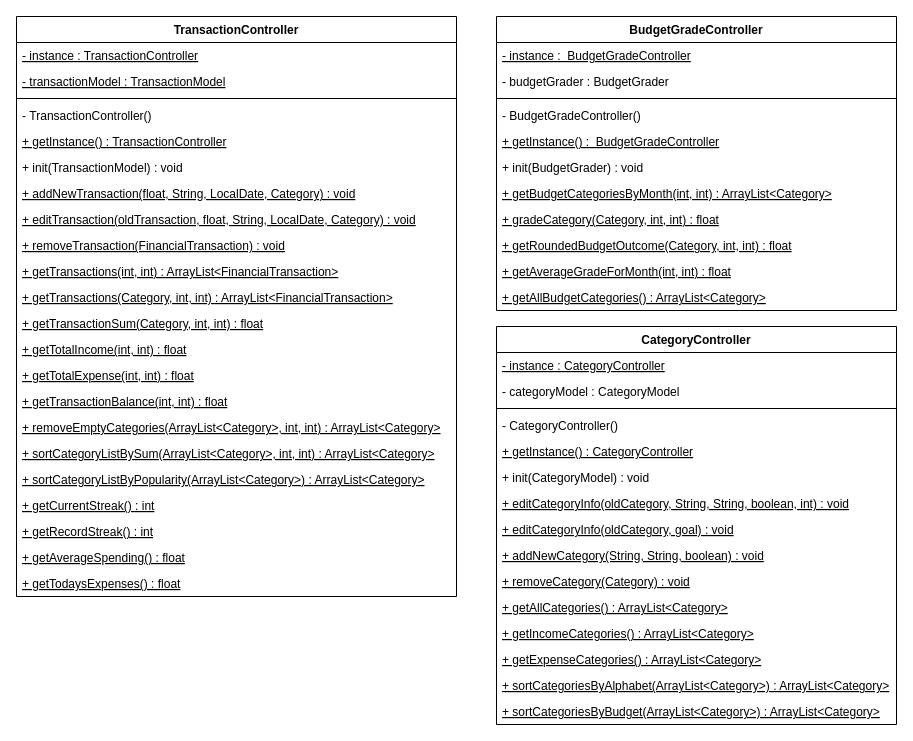
This is Documents/UML/Controller Package with Singelton.drawio from Omar-su/TDA367-LEEFO-Project, a draw.io file, before an edit. Source tidied: cells renumbered, new cells numbered last; positions are measured from the earlier drawing's top-left corner, leaving out a move shared by most shapes. Both pictures are drawn from the tidied source at 100%, with x=0, y=0 at pixel (16, 16).
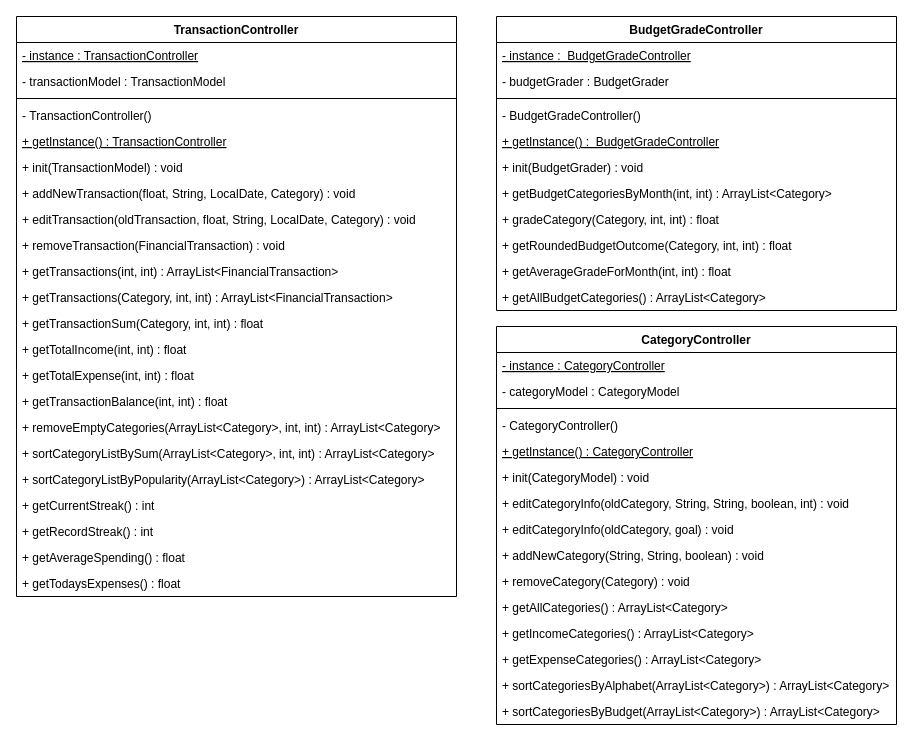
The same page after the edit.

Commit message:
Removed static modifier where not needed

Unchanged cells that the change refers to:
```xml
<mxCell id="2" value="TransactionController" style="swimlane;fontStyle=1;align=center;verticalAlign=top;horizontal=1;startSize=26;" parent="1" vertex="1">
  <mxGeometry width="440" height="580" as="geometry" />
</mxCell>
<mxCell id="25" value="BudgetGradeController" style="swimlane;fontStyle=1;align=center;verticalAlign=top;horizontal=1;startSize=26;" parent="1" vertex="1">
  <mxGeometry x="480" width="400" height="294" as="geometry" />
</mxCell>
<mxCell id="37" value="CategoryController" style="swimlane;fontStyle=1;align=center;verticalAlign=top;horizontal=1;startSize=26;" parent="1" vertex="1">
  <mxGeometry x="480" y="310" width="400" height="398" as="geometry" />
</mxCell>
```

The edit, as a diff of the source:
```diff
@@
-    <mxCell id="4" value="- transactionModel : TransactionModel" style="text;strokeColor=none;fillColor=none;align=left;verticalAlign=top;spacingLeft=4;spacingRight=4;overflow=hidden;fontStyle=4;" parent="2" vertex="1">
+    <mxCell id="4" value="- transactionModel : TransactionModel" style="text;strokeColor=none;fillColor=none;align=left;verticalAlign=top;spacingLeft=4;spacingRight=4;overflow=hidden;fontStyle=0;" parent="2" vertex="1">
       <mxGeometry y="52" width="440" height="26" as="geometry" />
     </mxCell>
@@
-    <mxCell id="8" value="+ init(TransactionModel) : void" style="text;strokeColor=none;fillColor=none;align=left;verticalAlign=top;spacingLeft=4;spacingRight=4;overflow=hidden;" parent="2" vertex="1">
+    <mxCell id="8" value="+ init(TransactionModel) : void" style="text;strokeColor=none;fillColor=none;align=left;verticalAlign=top;spacingLeft=4;spacingRight=4;overflow=hidden;fontStyle=0;" parent="2" vertex="1">
       <mxGeometry y="138" width="440" height="26" as="geometry" />
     </mxCell>
-    <mxCell id="9" value="+ addNewTransaction(float, String, LocalDate, Category) : void" style="text;strokeColor=none;fillColor=none;align=left;verticalAlign=top;spacingLeft=4;spacingRight=4;overflow=hidden;fontStyle=4;" parent="2" vertex="1">
+    <mxCell id="9" value="+ addNewTransaction(float, String, LocalDate, Category) : void" style="text;strokeColor=none;fillColor=none;align=left;verticalAlign=top;spacingLeft=4;spacingRight=4;overflow=hidden;fontStyle=0;" parent="2" vertex="1">
       <mxGeometry y="164" width="440" height="26" as="geometry" />
     </mxCell>
-    <mxCell id="10" value="+ editTransaction(oldTransaction, float, String, LocalDate, Category) : void" style="text;strokeColor=none;fillColor=none;align=left;verticalAlign=top;spacingLeft=4;spacingRight=4;overflow=hidden;fontStyle=4;" parent="2" vertex="1">
+    <mxCell id="10" value="+ editTransaction(oldTransaction, float, String, LocalDate, Category) : void" style="text;strokeColor=none;fillColor=none;align=left;verticalAlign=top;spacingLeft=4;spacingRight=4;overflow=hidden;fontStyle=0;" parent="2" vertex="1">
       <mxGeometry y="190" width="440" height="26" as="geometry" />
     </mxCell>
-    <mxCell id="11" value="+ removeTransaction(FinancialTransaction) : void" style="text;strokeColor=none;fillColor=none;align=left;verticalAlign=top;spacingLeft=4;spacingRight=4;overflow=hidden;fontStyle=4;" parent="2" vertex="1">
+    <mxCell id="11" value="+ removeTransaction(FinancialTransaction) : void" style="text;strokeColor=none;fillColor=none;align=left;verticalAlign=top;spacingLeft=4;spacingRight=4;overflow=hidden;fontStyle=0;" parent="2" vertex="1">
       <mxGeometry y="216" width="440" height="26" as="geometry" />
     </mxCell>
-    <mxCell id="12" value="+ getTransactions(int, int) : ArrayList&lt;FinancialTransaction&gt;" style="text;strokeColor=none;fillColor=none;align=left;verticalAlign=top;spacingLeft=4;spacingRight=4;overflow=hidden;fontStyle=4;" parent="2" vertex="1">
+    <mxCell id="12" value="+ getTransactions(int, int) : ArrayList&lt;FinancialTransaction&gt;" style="text;strokeColor=none;fillColor=none;align=left;verticalAlign=top;spacingLeft=4;spacingRight=4;overflow=hidden;fontStyle=0;" parent="2" vertex="1">
       <mxGeometry y="242" width="440" height="26" as="geometry" />
     </mxCell>
-    <mxCell id="13" value="+ getTransactions(Category, int, int) : ArrayList&lt;FinancialTransaction&gt;" style="text;strokeColor=none;fillColor=none;align=left;verticalAlign=top;spacingLeft=4;spacingRight=4;overflow=hidden;fontStyle=4;" parent="2" vertex="1">
+    <mxCell id="13" value="+ getTransactions(Category, int, int) : ArrayList&lt;FinancialTransaction&gt;" style="text;strokeColor=none;fillColor=none;align=left;verticalAlign=top;spacingLeft=4;spacingRight=4;overflow=hidden;fontStyle=0;" parent="2" vertex="1">
       <mxGeometry y="268" width="440" height="26" as="geometry" />
     </mxCell>
-    <mxCell id="14" value="+ getTransactionSum(Category, int, int) : float" style="text;strokeColor=none;fillColor=none;align=left;verticalAlign=top;spacingLeft=4;spacingRight=4;overflow=hidden;fontStyle=4;" parent="2" vertex="1">
+    <mxCell id="14" value="+ getTransactionSum(Category, int, int) : float" style="text;strokeColor=none;fillColor=none;align=left;verticalAlign=top;spacingLeft=4;spacingRight=4;overflow=hidden;fontStyle=0;" parent="2" vertex="1">
       <mxGeometry y="294" width="440" height="26" as="geometry" />
     </mxCell>
-    <mxCell id="15" value="+ getTotalIncome(int, int) : float" style="text;strokeColor=none;fillColor=none;align=left;verticalAlign=top;spacingLeft=4;spacingRight=4;overflow=hidden;fontStyle=4;" parent="2" vertex="1">
+    <mxCell id="15" value="+ getTotalIncome(int, int) : float" style="text;strokeColor=none;fillColor=none;align=left;verticalAlign=top;spacingLeft=4;spacingRight=4;overflow=hidden;fontStyle=0;" parent="2" vertex="1">
       <mxGeometry y="320" width="440" height="26" as="geometry" />
     </mxCell>
-    <mxCell id="16" value="+ getTotalExpense(int, int) : float" style="text;strokeColor=none;fillColor=none;align=left;verticalAlign=top;spacingLeft=4;spacingRight=4;overflow=hidden;fontStyle=4;" parent="2" vertex="1">
+    <mxCell id="16" value="+ getTotalExpense(int, int) : float" style="text;strokeColor=none;fillColor=none;align=left;verticalAlign=top;spacingLeft=4;spacingRight=4;overflow=hidden;fontStyle=0;" parent="2" vertex="1">
       <mxGeometry y="346" width="440" height="26" as="geometry" />
     </mxCell>
-    <mxCell id="17" value="+ getTransactionBalance(int, int) : float" style="text;strokeColor=none;fillColor=none;align=left;verticalAlign=top;spacingLeft=4;spacingRight=4;overflow=hidden;fontStyle=4;" parent="2" vertex="1">
+    <mxCell id="17" value="+ getTransactionBalance(int, int) : float" style="text;strokeColor=none;fillColor=none;align=left;verticalAlign=top;spacingLeft=4;spacingRight=4;overflow=hidden;fontStyle=0;" parent="2" vertex="1">
       <mxGeometry y="372" width="440" height="26" as="geometry" />
     </mxCell>
-    <mxCell id="18" value="+ removeEmptyCategories(ArrayList&lt;Category&gt;, int, int) : ArrayList&lt;Category&gt;" style="text;strokeColor=none;fillColor=none;align=left;verticalAlign=top;spacingLeft=4;spacingRight=4;overflow=hidden;fontStyle=4;" parent="2" vertex="1">
+    <mxCell id="18" value="+ removeEmptyCategories(ArrayList&lt;Category&gt;, int, int) : ArrayList&lt;Category&gt;" style="text;strokeColor=none;fillColor=none;align=left;verticalAlign=top;spacingLeft=4;spacingRight=4;overflow=hidden;fontStyle=0;" parent="2" vertex="1">
       <mxGeometry y="398" width="440" height="26" as="geometry" />
     </mxCell>
-    <mxCell id="19" value="+ sortCategoryListBySum(ArrayList&lt;Category&gt;, int, int) : ArrayList&lt;Category&gt;" style="text;strokeColor=none;fillColor=none;align=left;verticalAlign=top;spacingLeft=4;spacingRight=4;overflow=hidden;fontStyle=4;" parent="2" vertex="1">
+    <mxCell id="19" value="+ sortCategoryListBySum(ArrayList&lt;Category&gt;, int, int) : ArrayList&lt;Category&gt;" style="text;strokeColor=none;fillColor=none;align=left;verticalAlign=top;spacingLeft=4;spacingRight=4;overflow=hidden;fontStyle=0;" parent="2" vertex="1">
       <mxGeometry y="424" width="440" height="26" as="geometry" />
     </mxCell>
-    <mxCell id="20" value="+ sortCategoryListByPopularity(ArrayList&lt;Category&gt;) : ArrayList&lt;Category&gt;" style="text;strokeColor=none;fillColor=none;align=left;verticalAlign=top;spacingLeft=4;spacingRight=4;overflow=hidden;fontStyle=4;" parent="2" vertex="1">
+    <mxCell id="20" value="+ sortCategoryListByPopularity(ArrayList&lt;Category&gt;) : ArrayList&lt;Category&gt;" style="text;strokeColor=none;fillColor=none;align=left;verticalAlign=top;spacingLeft=4;spacingRight=4;overflow=hidden;fontStyle=0;" parent="2" vertex="1">
       <mxGeometry y="450" width="440" height="26" as="geometry" />
     </mxCell>
-    <mxCell id="21" value="+ getCurrentStreak() : int" style="text;strokeColor=none;fillColor=none;align=left;verticalAlign=top;spacingLeft=4;spacingRight=4;overflow=hidden;fontStyle=4;" parent="2" vertex="1">
+    <mxCell id="21" value="+ getCurrentStreak() : int" style="text;strokeColor=none;fillColor=none;align=left;verticalAlign=top;spacingLeft=4;spacingRight=4;overflow=hidden;fontStyle=0;" parent="2" vertex="1">
       <mxGeometry y="476" width="440" height="26" as="geometry" />
     </mxCell>
-    <mxCell id="22" value="+ getRecordStreak() : int" style="text;strokeColor=none;fillColor=none;align=left;verticalAlign=top;spacingLeft=4;spacingRight=4;overflow=hidden;fontStyle=4;" parent="2" vertex="1">
+    <mxCell id="22" value="+ getRecordStreak() : int" style="text;strokeColor=none;fillColor=none;align=left;verticalAlign=top;spacingLeft=4;spacingRight=4;overflow=hidden;fontStyle=0;" parent="2" vertex="1">
       <mxGeometry y="502" width="440" height="26" as="geometry" />
     </mxCell>
-    <mxCell id="23" value="+ getAverageSpending() : float" style="text;strokeColor=none;fillColor=none;align=left;verticalAlign=top;spacingLeft=4;spacingRight=4;overflow=hidden;fontStyle=4;" parent="2" vertex="1">
+    <mxCell id="23" value="+ getAverageSpending() : float" style="text;strokeColor=none;fillColor=none;align=left;verticalAlign=top;spacingLeft=4;spacingRight=4;overflow=hidden;fontStyle=0;" parent="2" vertex="1">
       <mxGeometry y="528" width="440" height="26" as="geometry" />
     </mxCell>
-    <mxCell id="24" value="+ getTodaysExpenses() : float" style="text;strokeColor=none;fillColor=none;align=left;verticalAlign=top;spacingLeft=4;spacingRight=4;overflow=hidden;fontStyle=4;" parent="2" vertex="1">
+    <mxCell id="24" value="+ getTodaysExpenses() : float" style="text;strokeColor=none;fillColor=none;align=left;verticalAlign=top;spacingLeft=4;spacingRight=4;overflow=hidden;fontStyle=0;" parent="2" vertex="1">
       <mxGeometry y="554" width="440" height="26" as="geometry" />
     </mxCell>
@@
-    <mxCell id="32" value="+ getBudgetCategoriesByMonth(int, int) : ArrayList&lt;Category&gt;" style="text;strokeColor=none;fillColor=none;align=left;verticalAlign=top;spacingLeft=4;spacingRight=4;overflow=hidden;fontStyle=4;" parent="25" vertex="1">
+    <mxCell id="32" value="+ getBudgetCategoriesByMonth(int, int) : ArrayList&lt;Category&gt;" style="text;strokeColor=none;fillColor=none;align=left;verticalAlign=top;spacingLeft=4;spacingRight=4;overflow=hidden;fontStyle=0;" parent="25" vertex="1">
       <mxGeometry y="164" width="400" height="26" as="geometry" />
     </mxCell>
-    <mxCell id="33" value="+ gradeCategory(Category, int, int) : float" style="text;strokeColor=none;fillColor=none;align=left;verticalAlign=top;spacingLeft=4;spacingRight=4;overflow=hidden;fontStyle=4;" parent="25" vertex="1">
+    <mxCell id="33" value="+ gradeCategory(Category, int, int) : float" style="text;strokeColor=none;fillColor=none;align=left;verticalAlign=top;spacingLeft=4;spacingRight=4;overflow=hidden;fontStyle=0;" parent="25" vertex="1">
       <mxGeometry y="190" width="400" height="26" as="geometry" />
     </mxCell>
-    <mxCell id="34" value="+ getRoundedBudgetOutcome(Category, int, int) : float" style="text;strokeColor=none;fillColor=none;align=left;verticalAlign=top;spacingLeft=4;spacingRight=4;overflow=hidden;fontStyle=4;" parent="25" vertex="1">
+    <mxCell id="34" value="+ getRoundedBudgetOutcome(Category, int, int) : float" style="text;strokeColor=none;fillColor=none;align=left;verticalAlign=top;spacingLeft=4;spacingRight=4;overflow=hidden;fontStyle=0;" parent="25" vertex="1">
       <mxGeometry y="216" width="400" height="26" as="geometry" />
     </mxCell>
-    <mxCell id="35" value="+ getAverageGradeForMonth(int, int) : float" style="text;strokeColor=none;fillColor=none;align=left;verticalAlign=top;spacingLeft=4;spacingRight=4;overflow=hidden;fontStyle=4;" parent="25" vertex="1">
+    <mxCell id="35" value="+ getAverageGradeForMonth(int, int) : float" style="text;strokeColor=none;fillColor=none;align=left;verticalAlign=top;spacingLeft=4;spacingRight=4;overflow=hidden;fontStyle=0;" parent="25" vertex="1">
       <mxGeometry y="242" width="400" height="26" as="geometry" />
     </mxCell>
-    <mxCell id="36" value="+ getAllBudgetCategories() : ArrayList&lt;Category&gt;" style="text;strokeColor=none;fillColor=none;align=left;verticalAlign=top;spacingLeft=4;spacingRight=4;overflow=hidden;fontStyle=4;" parent="25" vertex="1">
+    <mxCell id="36" value="+ getAllBudgetCategories() : ArrayList&lt;Category&gt;" style="text;strokeColor=none;fillColor=none;align=left;verticalAlign=top;spacingLeft=4;spacingRight=4;overflow=hidden;fontStyle=0;" parent="25" vertex="1">
       <mxGeometry y="268" width="400" height="26" as="geometry" />
     </mxCell>
@@
-    <mxCell id="44" value="+ editCategoryInfo(oldCategory, String, String, boolean, int) : void&#10;" style="text;strokeColor=none;fillColor=none;align=left;verticalAlign=top;spacingLeft=4;spacingRight=4;overflow=hidden;fontStyle=4;" parent="37" vertex="1">
+    <mxCell id="44" value="+ editCategoryInfo(oldCategory, String, String, boolean, int) : void&#10;" style="text;strokeColor=none;fillColor=none;align=left;verticalAlign=top;spacingLeft=4;spacingRight=4;overflow=hidden;fontStyle=0;" parent="37" vertex="1">
       <mxGeometry y="164" width="400" height="26" as="geometry" />
     </mxCell>
-    <mxCell id="45" value="+ editCategoryInfo(oldCategory, goal) : void&#10;" style="text;strokeColor=none;fillColor=none;align=left;verticalAlign=top;spacingLeft=4;spacingRight=4;overflow=hidden;fontStyle=4;" parent="37" vertex="1">
+    <mxCell id="45" value="+ editCategoryInfo(oldCategory, goal) : void&#10;" style="text;strokeColor=none;fillColor=none;align=left;verticalAlign=top;spacingLeft=4;spacingRight=4;overflow=hidden;fontStyle=0;" parent="37" vertex="1">
       <mxGeometry y="190" width="400" height="26" as="geometry" />
     </mxCell>
-    <mxCell id="46" value="+ addNewCategory(String, String, boolean) : void&#10;" style="text;strokeColor=none;fillColor=none;align=left;verticalAlign=top;spacingLeft=4;spacingRight=4;overflow=hidden;fontStyle=4;" parent="37" vertex="1">
+    <mxCell id="46" value="+ addNewCategory(String, String, boolean) : void&#10;" style="text;strokeColor=none;fillColor=none;align=left;verticalAlign=top;spacingLeft=4;spacingRight=4;overflow=hidden;fontStyle=0;" parent="37" vertex="1">
       <mxGeometry y="216" width="400" height="26" as="geometry" />
     </mxCell>
-    <mxCell id="47" value="+ removeCategory(Category) : void&#10;" style="text;strokeColor=none;fillColor=none;align=left;verticalAlign=top;spacingLeft=4;spacingRight=4;overflow=hidden;fontStyle=4;" parent="37" vertex="1">
+    <mxCell id="47" value="+ removeCategory(Category) : void&#10;" style="text;strokeColor=none;fillColor=none;align=left;verticalAlign=top;spacingLeft=4;spacingRight=4;overflow=hidden;fontStyle=0;" parent="37" vertex="1">
       <mxGeometry y="242" width="400" height="26" as="geometry" />
     </mxCell>
-    <mxCell id="48" value="+ getAllCategories() : ArrayList&lt;Category&gt;&#10;" style="text;strokeColor=none;fillColor=none;align=left;verticalAlign=top;spacingLeft=4;spacingRight=4;overflow=hidden;fontStyle=4;" parent="37" vertex="1">
+    <mxCell id="48" value="+ getAllCategories() : ArrayList&lt;Category&gt;&#10;" style="text;strokeColor=none;fillColor=none;align=left;verticalAlign=top;spacingLeft=4;spacingRight=4;overflow=hidden;fontStyle=0;" parent="37" vertex="1">
       <mxGeometry y="268" width="400" height="26" as="geometry" />
     </mxCell>
-    <mxCell id="49" value="+ getIncomeCategories() : ArrayList&lt;Category&gt;&#10;" style="text;strokeColor=none;fillColor=none;align=left;verticalAlign=top;spacingLeft=4;spacingRight=4;overflow=hidden;fontStyle=4;" parent="37" vertex="1">
+    <mxCell id="49" value="+ getIncomeCategories() : ArrayList&lt;Category&gt;&#10;" style="text;strokeColor=none;fillColor=none;align=left;verticalAlign=top;spacingLeft=4;spacingRight=4;overflow=hidden;fontStyle=0;" parent="37" vertex="1">
       <mxGeometry y="294" width="400" height="26" as="geometry" />
     </mxCell>
-    <mxCell id="50" value="+ getExpenseCategories() : ArrayList&lt;Category&gt;&#10;" style="text;strokeColor=none;fillColor=none;align=left;verticalAlign=top;spacingLeft=4;spacingRight=4;overflow=hidden;fontStyle=4;" parent="37" vertex="1">
+    <mxCell id="50" value="+ getExpenseCategories() : ArrayList&lt;Category&gt;&#10;" style="text;strokeColor=none;fillColor=none;align=left;verticalAlign=top;spacingLeft=4;spacingRight=4;overflow=hidden;fontStyle=0;" parent="37" vertex="1">
       <mxGeometry y="320" width="400" height="26" as="geometry" />
     </mxCell>
-    <mxCell id="51" value="+ sortCategoriesByAlphabet(ArrayList&lt;Category&gt;) : ArrayList&lt;Category&gt;" style="text;strokeColor=none;fillColor=none;align=left;verticalAlign=top;spacingLeft=4;spacingRight=4;overflow=hidden;fontStyle=4;" parent="37" vertex="1">
+    <mxCell id="51" value="+ sortCategoriesByAlphabet(ArrayList&lt;Category&gt;) : ArrayList&lt;Category&gt;" style="text;strokeColor=none;fillColor=none;align=left;verticalAlign=top;spacingLeft=4;spacingRight=4;overflow=hidden;fontStyle=0;" parent="37" vertex="1">
       <mxGeometry y="346" width="400" height="26" as="geometry" />
     </mxCell>
-    <mxCell id="52" value="+ sortCategoriesByBudget(ArrayList&lt;Category&gt;) : ArrayList&lt;Category&gt;" style="text;strokeColor=none;fillColor=none;align=left;verticalAlign=top;spacingLeft=4;spacingRight=4;overflow=hidden;fontStyle=4;" parent="37" vertex="1">
+    <mxCell id="52" value="+ sortCategoriesByBudget(ArrayList&lt;Category&gt;) : ArrayList&lt;Category&gt;" style="text;strokeColor=none;fillColor=none;align=left;verticalAlign=top;spacingLeft=4;spacingRight=4;overflow=hidden;fontStyle=0;" parent="37" vertex="1">
       <mxGeometry y="372" width="400" height="26" as="geometry" />
     </mxCell>
```
